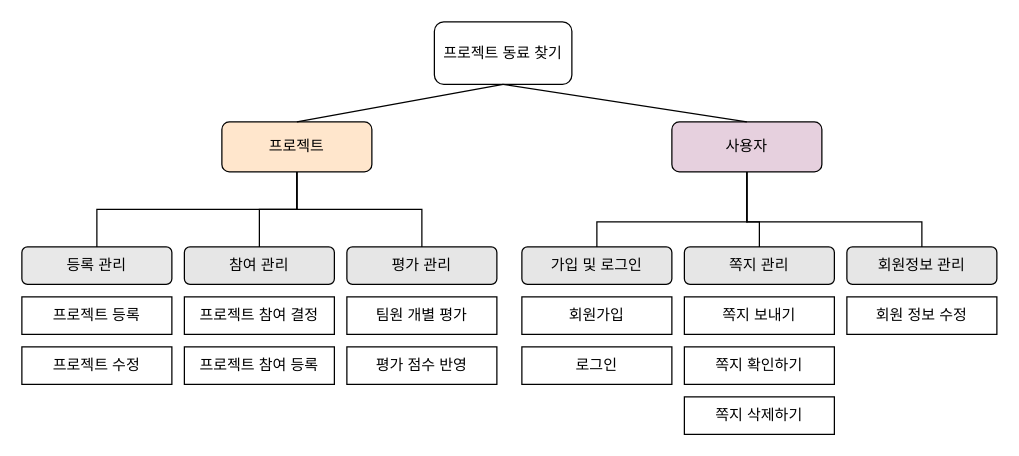
Earlier version of the draw.io diagram ServerSystem/전체기능분해도.drawio (ash0814/univ_assignments). Source tidied: cells renumbered, new cells numbered last; positions are measured from the earlier drawing's top-left corner, leaving out a move shared by most shapes. Both pictures are drawn from the tidied source at 125%, with x=0, y=0 at pixel (21, 21).
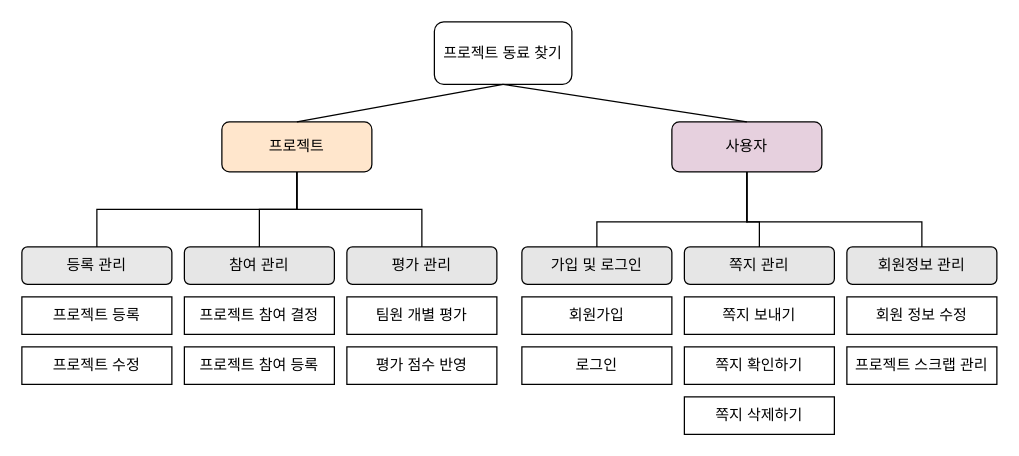
After the change.

Commit message:
add: scrap setting

Diff of the diagram source:
```diff
@@
+    <mxCell id="31" value="프로젝트 스크랩 관리" style="rounded=0;whiteSpace=wrap;html=1;" parent="1" vertex="1">
+      <mxGeometry x="660" y="260" width="120" height="30" as="geometry" />
+    </mxCell>
```
